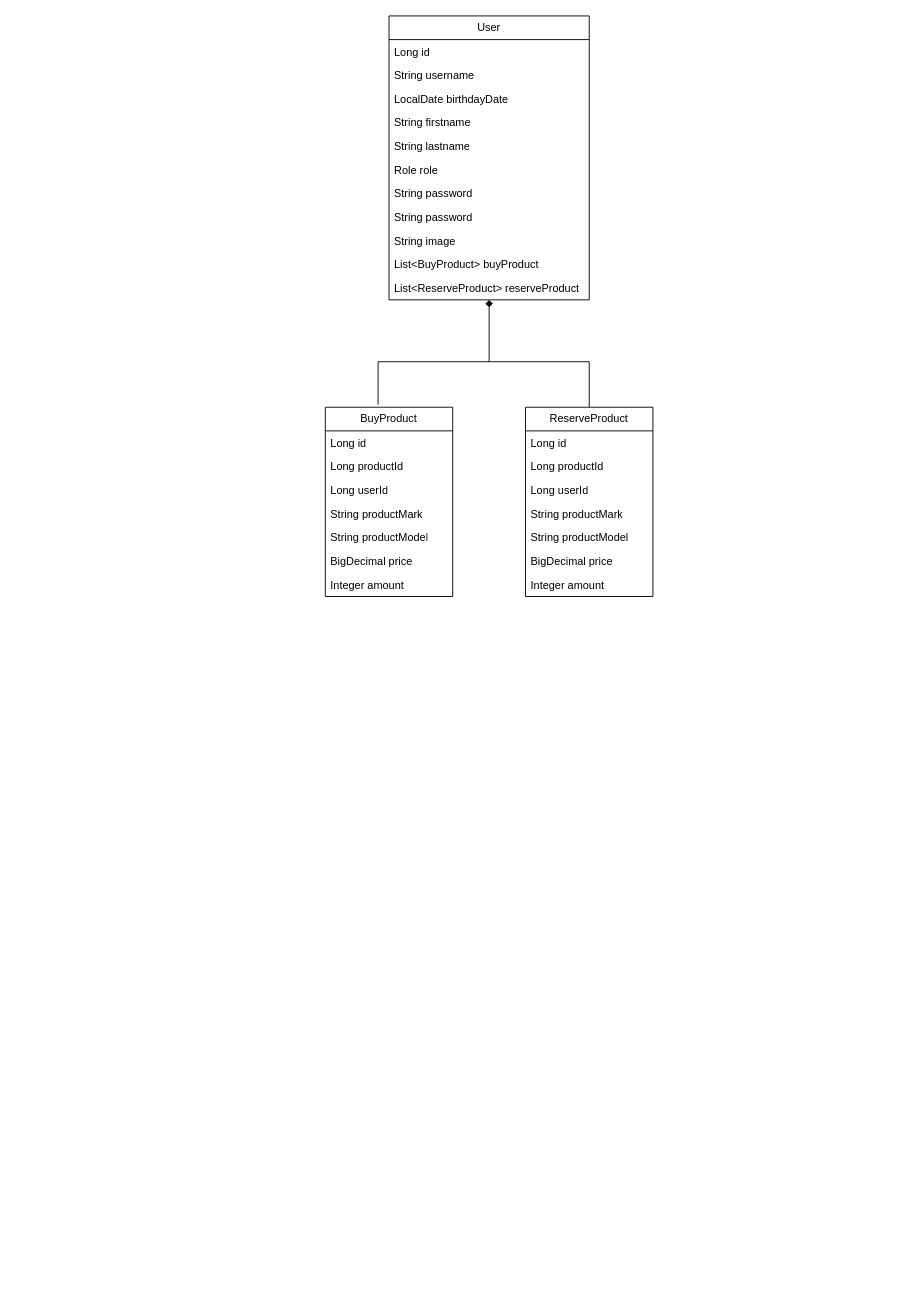
Before: UML.drawio in Dioneer/Flowcharts, a draw.io diagram. Source tidied: cells renumbered, new cells numbered last; positions are measured from the earlier drawing's top-left corner, leaving out a move shared by most shapes. Both pictures are drawn from the tidied source at 91%, with x=0, y=0 at pixel (325, 15).
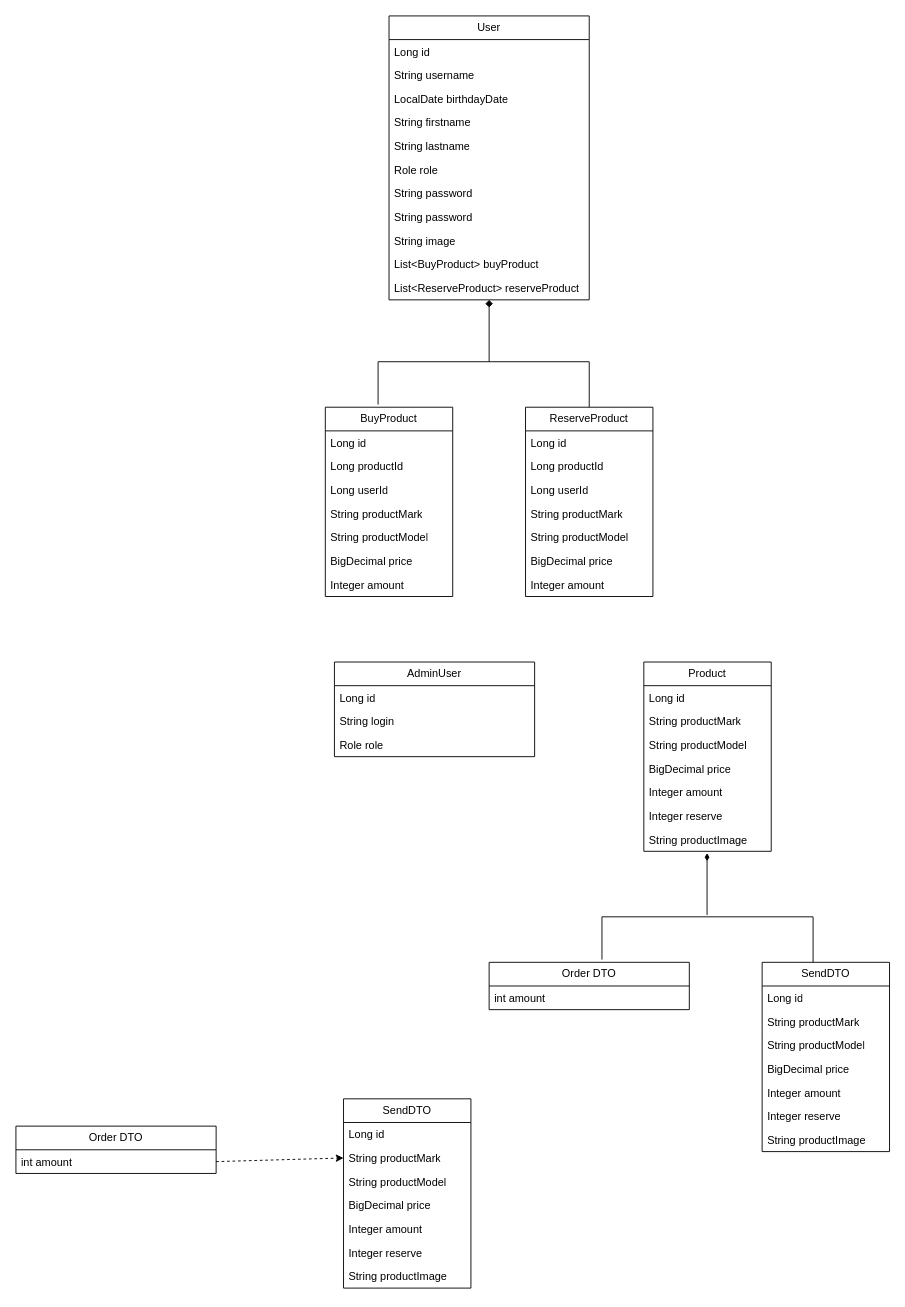
After the change.

Change to the diagram source:
```diff
@@
+    <mxCell id="32" value="AdminUser" style="swimlane;fontStyle=0;horizontal=1;startSize=26;fillColor=none;whiteSpace=wrap;html=1;" parent="1" vertex="1">
+      <mxGeometry x="10" y="710" width="220" height="104" as="geometry" />
+    </mxCell>
+    <mxCell id="33" value="Long id" style="text;strokeColor=none;fillColor=none;align=left;verticalAlign=top;spacingLeft=4;spacingRight=4;overflow=hidden;whiteSpace=wrap;html=1;" parent="32" vertex="1">
+      <mxGeometry y="26" width="220" height="26" as="geometry" />
+    </mxCell>
+    <mxCell id="34" value="String login" style="text;strokeColor=none;fillColor=none;align=left;verticalAlign=top;spacingLeft=4;spacingRight=4;overflow=hidden;whiteSpace=wrap;html=1;" parent="32" vertex="1">
+      <mxGeometry y="52" width="220" height="26" as="geometry" />
+    </mxCell>
+    <mxCell id="35" value="Role role" style="text;strokeColor=none;fillColor=none;align=left;verticalAlign=top;spacingLeft=4;spacingRight=4;overflow=hidden;whiteSpace=wrap;html=1;" parent="32" vertex="1">
+      <mxGeometry y="78" width="220" height="26" as="geometry" />
+    </mxCell>
+    <mxCell id="36" value="Product" style="swimlane;fontStyle=0;horizontal=1;startSize=26;fillColor=none;whiteSpace=wrap;html=1;" parent="1" vertex="1">
+      <mxGeometry x="350" y="710" width="140" height="208" as="geometry" />
+    </mxCell>
+    <mxCell id="37" value="Long id" style="text;strokeColor=none;fillColor=none;align=left;verticalAlign=top;spacingLeft=4;spacingRight=4;overflow=hidden;whiteSpace=wrap;html=1;" parent="36" vertex="1">
+      <mxGeometry y="26" width="140" height="26" as="geometry" />
+    </mxCell>
+    <mxCell id="38" value="String productMark" style="text;strokeColor=none;fillColor=none;align=left;verticalAlign=top;spacingLeft=4;spacingRight=4;overflow=hidden;whiteSpace=wrap;html=1;" parent="36" vertex="1">
+      <mxGeometry y="52" width="140" height="26" as="geometry" />
+    </mxCell>
+    <mxCell id="39" value="String productModel" style="text;strokeColor=none;fillColor=none;align=left;verticalAlign=top;spacingLeft=4;spacingRight=4;overflow=hidden;whiteSpace=wrap;html=1;" parent="36" vertex="1">
+      <mxGeometry y="78" width="140" height="26" as="geometry" />
+    </mxCell>
+    <mxCell id="40" value="BigDecimal price" style="text;strokeColor=none;fillColor=none;align=left;verticalAlign=top;spacingLeft=4;spacingRight=4;overflow=hidden;whiteSpace=wrap;html=1;" parent="36" vertex="1">
+      <mxGeometry y="104" width="140" height="26" as="geometry" />
+    </mxCell>
+    <mxCell id="41" value="Integer amount" style="text;strokeColor=none;fillColor=none;align=left;verticalAlign=top;spacingLeft=4;spacingRight=4;overflow=hidden;whiteSpace=wrap;html=1;" parent="36" vertex="1">
+      <mxGeometry y="130" width="140" height="26" as="geometry" />
+    </mxCell>
+    <mxCell id="42" value="Integer reserve" style="text;strokeColor=none;fillColor=none;align=left;verticalAlign=top;spacingLeft=4;spacingRight=4;overflow=hidden;whiteSpace=wrap;html=1;" parent="36" vertex="1">
+      <mxGeometry y="156" width="140" height="26" as="geometry" />
+    </mxCell>
+    <mxCell id="43" value="String productImage" style="text;strokeColor=none;fillColor=none;align=left;verticalAlign=top;spacingLeft=4;spacingRight=4;overflow=hidden;whiteSpace=wrap;html=1;" parent="36" vertex="1">
+      <mxGeometry y="182" width="140" height="26" as="geometry" />
+    </mxCell>
+    <mxCell id="44" value="Order DTO" style="swimlane;fontStyle=0;horizontal=1;startSize=26;fillColor=none;whiteSpace=wrap;html=1;" parent="1" vertex="1">
+      <mxGeometry x="180" y="1040" width="220" height="52" as="geometry" />
+    </mxCell>
+    <mxCell id="45" value="int amount" style="text;strokeColor=none;fillColor=none;align=left;verticalAlign=top;spacingLeft=4;spacingRight=4;overflow=hidden;whiteSpace=wrap;html=1;" parent="44" vertex="1">
+      <mxGeometry y="26" width="220" height="26" as="geometry" />
+    </mxCell>
+    <mxCell id="46" style="endArrow=none;startArrow=none;endFill=0;startFill=0;html=1;rounded=0;entryX=0.5;entryY=0;entryDx=0;entryDy=0;exitX=0.414;exitY=-0.014;exitDx=0;exitDy=0;exitPerimeter=0;edgeStyle=orthogonalEdgeStyle;" parent="1" edge="1">
+      <mxGeometry relative="1" as="geometry">
+        <mxPoint x="304" y="1037" as="sourcePoint" />
+        <mxPoint x="536" y="1040" as="targetPoint" />
+        <Array as="points">
+          <mxPoint x="304" y="990" />
+          <mxPoint x="536" y="990" />
+        </Array>
+      </mxGeometry>
+    </mxCell>
+    <mxCell id="47" style="html=1;verticalAlign=bottom;endArrow=diamondThin;curved=0;rounded=0;entryX=0.5;entryY=1;entryDx=0;entryDy=0;endFill=1;" parent="1" edge="1">
+      <mxGeometry relative="1" as="geometry">
+        <mxPoint x="419.5" y="988" as="sourcePoint" />
+        <mxPoint x="419.5" y="920" as="targetPoint" />
+      </mxGeometry>
+    </mxCell>
+    <mxCell id="48" value="SendDTO" style="swimlane;fontStyle=0;horizontal=1;startSize=26;fillColor=none;whiteSpace=wrap;html=1;" parent="1" vertex="1">
+      <mxGeometry x="480" y="1040" width="140" height="208" as="geometry" />
+    </mxCell>
+    <mxCell id="49" value="Long id" style="text;strokeColor=none;fillColor=none;align=left;verticalAlign=top;spacingLeft=4;spacingRight=4;overflow=hidden;whiteSpace=wrap;html=1;" parent="48" vertex="1">
+      <mxGeometry y="26" width="140" height="26" as="geometry" />
+    </mxCell>
+    <mxCell id="50" value="String productMark" style="text;strokeColor=none;fillColor=none;align=left;verticalAlign=top;spacingLeft=4;spacingRight=4;overflow=hidden;whiteSpace=wrap;html=1;" parent="48" vertex="1">
+      <mxGeometry y="52" width="140" height="26" as="geometry" />
+    </mxCell>
+    <mxCell id="51" value="String productModel" style="text;strokeColor=none;fillColor=none;align=left;verticalAlign=top;spacingLeft=4;spacingRight=4;overflow=hidden;whiteSpace=wrap;html=1;" parent="48" vertex="1">
+      <mxGeometry y="78" width="140" height="26" as="geometry" />
+    </mxCell>
+    <mxCell id="52" value="BigDecimal price" style="text;strokeColor=none;fillColor=none;align=left;verticalAlign=top;spacingLeft=4;spacingRight=4;overflow=hidden;whiteSpace=wrap;html=1;" parent="48" vertex="1">
+      <mxGeometry y="104" width="140" height="26" as="geometry" />
+    </mxCell>
+    <mxCell id="53" value="Integer amount" style="text;strokeColor=none;fillColor=none;align=left;verticalAlign=top;spacingLeft=4;spacingRight=4;overflow=hidden;whiteSpace=wrap;html=1;" parent="48" vertex="1">
+      <mxGeometry y="130" width="140" height="26" as="geometry" />
+    </mxCell>
+    <mxCell id="54" value="Integer reserve" style="text;strokeColor=none;fillColor=none;align=left;verticalAlign=top;spacingLeft=4;spacingRight=4;overflow=hidden;whiteSpace=wrap;html=1;" parent="48" vertex="1">
+      <mxGeometry y="156" width="140" height="26" as="geometry" />
+    </mxCell>
+    <mxCell id="55" value="String productImage" style="text;strokeColor=none;fillColor=none;align=left;verticalAlign=top;spacingLeft=4;spacingRight=4;overflow=hidden;whiteSpace=wrap;html=1;" parent="48" vertex="1">
+      <mxGeometry y="182" width="140" height="26" as="geometry" />
+    </mxCell>
+    <mxCell id="56" value="Order DTO" style="swimlane;fontStyle=0;horizontal=1;startSize=26;fillColor=none;whiteSpace=wrap;html=1;" parent="1" vertex="1">
+      <mxGeometry x="-340" y="1220" width="220" height="52" as="geometry" />
+    </mxCell>
+    <mxCell id="57" value="int amount" style="text;strokeColor=none;fillColor=none;align=left;verticalAlign=top;spacingLeft=4;spacingRight=4;overflow=hidden;points=[[0,0.5],[1,0.5]];portConstraint=eastwest;whiteSpace=wrap;html=1;" parent="56" vertex="1">
+      <mxGeometry y="26" width="220" height="26" as="geometry" />
+    </mxCell>
+    <mxCell id="58" value="SendDTO" style="swimlane;fontStyle=0;horizontal=1;startSize=26;fillColor=none;whiteSpace=wrap;html=1;" parent="1" vertex="1">
+      <mxGeometry x="20" y="1190" width="140" height="208" as="geometry" />
+    </mxCell>
+    <mxCell id="59" value="Long id" style="text;strokeColor=none;fillColor=none;align=left;verticalAlign=top;spacingLeft=4;spacingRight=4;overflow=hidden;whiteSpace=wrap;html=1;" parent="58" vertex="1">
+      <mxGeometry y="26" width="140" height="26" as="geometry" />
+    </mxCell>
+    <mxCell id="60" value="String productMark" style="text;strokeColor=none;fillColor=none;align=left;verticalAlign=top;spacingLeft=4;spacingRight=4;overflow=hidden;points=[[0,0.5],[1,0.5]];portConstraint=eastwest;whiteSpace=wrap;html=1;" parent="58" vertex="1">
+      <mxGeometry y="52" width="140" height="26" as="geometry" />
+    </mxCell>
+    <mxCell id="61" value="String productModel" style="text;strokeColor=none;fillColor=none;align=left;verticalAlign=top;spacingLeft=4;spacingRight=4;overflow=hidden;whiteSpace=wrap;html=1;" parent="58" vertex="1">
+      <mxGeometry y="78" width="140" height="26" as="geometry" />
+    </mxCell>
+    <mxCell id="62" value="BigDecimal price" style="text;strokeColor=none;fillColor=none;align=left;verticalAlign=top;spacingLeft=4;spacingRight=4;overflow=hidden;whiteSpace=wrap;html=1;" parent="58" vertex="1">
+      <mxGeometry y="104" width="140" height="26" as="geometry" />
+    </mxCell>
+    <mxCell id="63" value="Integer amount" style="text;strokeColor=none;fillColor=none;align=left;verticalAlign=top;spacingLeft=4;spacingRight=4;overflow=hidden;whiteSpace=wrap;html=1;" parent="58" vertex="1">
+      <mxGeometry y="130" width="140" height="26" as="geometry" />
+    </mxCell>
+    <mxCell id="64" value="Integer reserve" style="text;strokeColor=none;fillColor=none;align=left;verticalAlign=top;spacingLeft=4;spacingRight=4;overflow=hidden;whiteSpace=wrap;html=1;" parent="58" vertex="1">
+      <mxGeometry y="156" width="140" height="26" as="geometry" />
+    </mxCell>
+    <mxCell id="65" value="String productImage" style="text;strokeColor=none;fillColor=none;align=left;verticalAlign=top;spacingLeft=4;spacingRight=4;overflow=hidden;whiteSpace=wrap;html=1;" parent="58" vertex="1">
+      <mxGeometry y="182" width="140" height="26" as="geometry" />
+    </mxCell>
+    <mxCell id="66" style="endArrow=classic;html=1;rounded=0;exitX=1;exitY=0.5;exitDx=0;exitDy=0;entryX=0;entryY=0.5;entryDx=0;entryDy=0;dashed=1;" parent="1" edge="1" source="57" target="60">
+      <mxGeometry relative="1" as="geometry" />
+    </mxCell>
```
